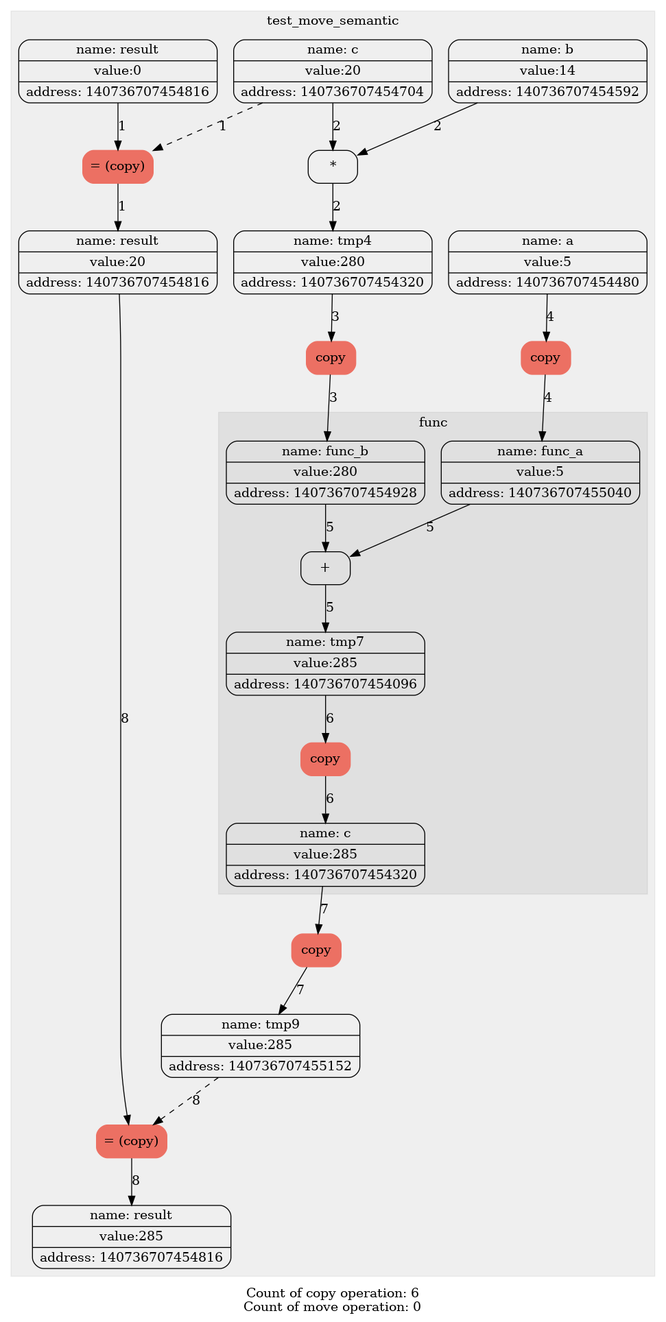
Earlier version of the Graphviz export diagrams/graph_copy.png (levasemin/Move_Semantic). Its source is kept beside it as diagrams/graph_copy.dot.
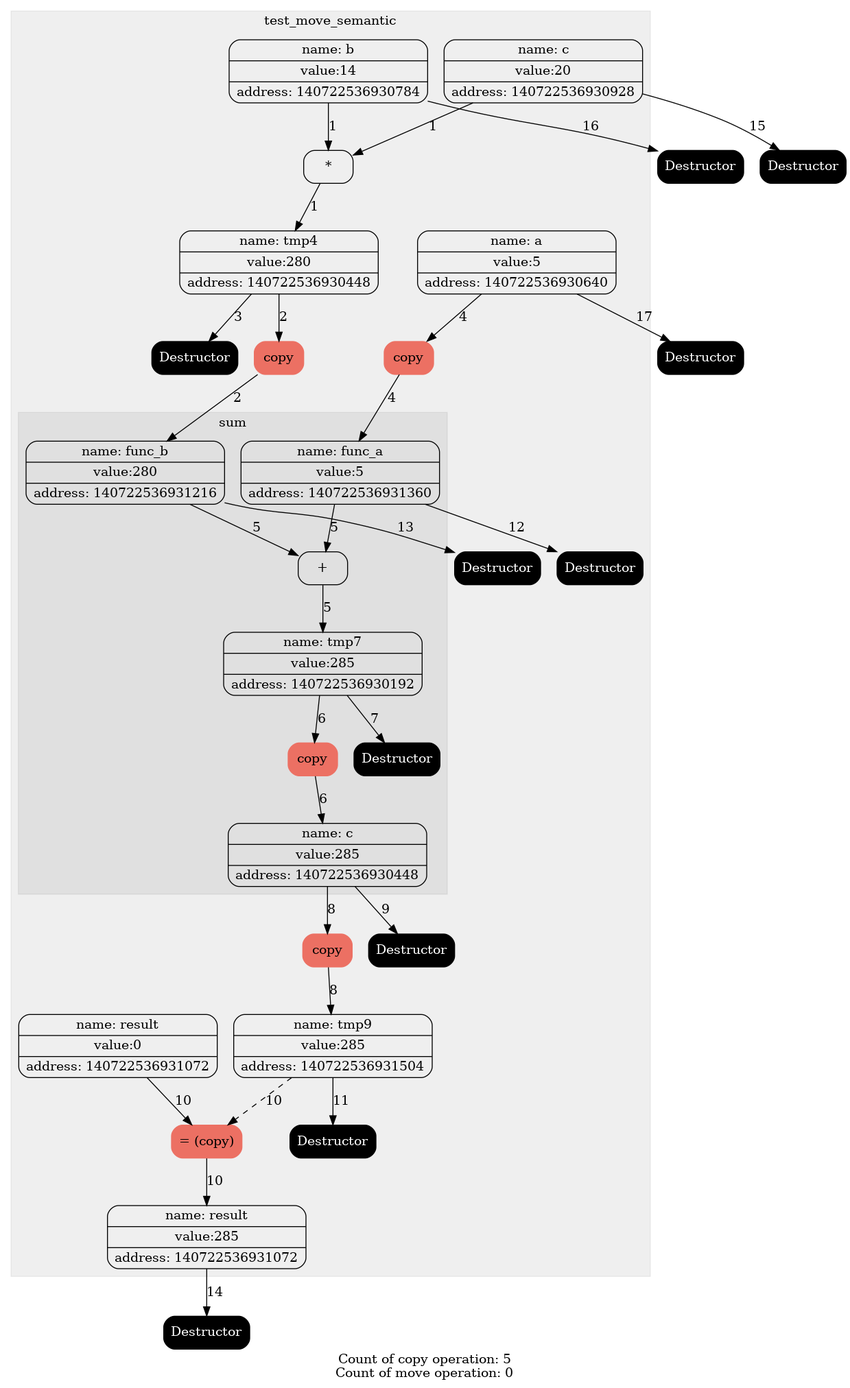
The same file after the commit.

The edit, as a diff of the source:
```diff
@@ -6,58 +6,73 @@
 label = test_move_semantic;
 style= filled
 color = "#00000010";
-1[label="{ {name: tmp0} | {value:5} | {address: 140736707454480}} " color=""style=""];
-1[label="{ {name: a} | {value:5} | {address: 140736707454480}} " color=""style=""];
-2[label="{ {name: tmp1} | {value:14} | {address: 140736707454592}} " color=""style=""];
-2[label="{ {name: b} | {value:14} | {address: 140736707454592}} " color=""style=""];
-3[label="{ {name: tmp2} | {value:20} | {address: 140736707454704}} " color=""style=""];
-3[label="{ {name: c} | {value:20} | {address: 140736707454704}} " color=""style=""];
-4[label="{ {name: tmp3} | {value:0} | {address: 140736707454816}} " color=""style=""];
-4[label="{ {name: result} | {value:0} | {address: 140736707454816}} " color=""style=""];
-5[label="= (copy)" color = "#EC7063" style = "filled"];
-edge[style = "" color = ""label = "1"]4->5;
-edge[style = "dashed" color = ""label = "1"]3->5;
-6[label="{ {name: result} | {value:20} | {address: 140736707454816}} " color=""style=""];
-edge[style = "" color = ""label = "1"]5->6;
-7[label="*" color = "" style = ""];
-edge[style = "" color = ""label = "2"]2->7;
-edge[style = "" color = ""label = "2"]3->7;
-8[label="{ {name: tmp4} | {value:280} | {address: 140736707454320}} " color=""style=""];
-edge[style = "" color = ""label = "2"]7->8;
-9[label="copy" color = "#EC7063" style = "filled"];
-edge[style = "" color = ""label = "3"]8->9;
-10[label="{ {name: tmp5} | {value:280} | {address: 140736707454928}} " color=""style=""];
-edge[style = "" color = ""label = "3"]9->10;
-11[label="copy" color = "#EC7063" style = "filled"];
-edge[style = "" color = ""label = "4"]1->11;
-12[label="{ {name: tmp6} | {value:5} | {address: 140736707455040}} " color=""style=""];
-edge[style = "" color = ""label = "4"]11->12;
-12[label="{ {name: func_a} | {value:5} | {address: 140736707455040}} " color=""style=""];
-10[label="{ {name: func_b} | {value:280} | {address: 140736707454928}} " color=""style=""];
+1[label="{ {name: tmp0} | {value:5} | {address: 140722536930640}} " color=""style=""fontcolor=""];
+1[label="{ {name: a} | {value:5} | {address: 140722536930640}} " color=""style=""fontcolor=""];
+2[label="{ {name: tmp1} | {value:14} | {address: 140722536930784}} " color=""style=""fontcolor=""];
+2[label="{ {name: b} | {value:14} | {address: 140722536930784}} " color=""style=""fontcolor=""];
+3[label="{ {name: tmp2} | {value:20} | {address: 140722536930928}} " color=""style=""fontcolor=""];
+3[label="{ {name: c} | {value:20} | {address: 140722536930928}} " color=""style=""fontcolor=""];
+4[label="{ {name: tmp3} | {value:0} | {address: 140722536931072}} " color=""style=""fontcolor=""];
+4[label="{ {name: result} | {value:0} | {address: 140722536931072}} " color=""style=""fontcolor=""];
+5[label="*" color = "" style = ""fontcolor =""];
+edge[style = "" color = ""label = "1"fontcolor =""]2->5;
+edge[style = "" color = ""label = "1"fontcolor =""]3->5;
+6[label="{ {name: tmp4} | {value:280} | {address: 140722536930448}} " color=""style=""fontcolor=""];
+edge[style = "" color = ""label = "1"fontcolor =""]5->6;
+7[label="copy" color = "#EC7063" style = "filled"fontcolor =""];
+edge[style = "" color = ""label = "2"fontcolor =""]6->7;
+8[label="{ {name: tmp5} | {value:280} | {address: 140722536931216}} " color=""style=""fontcolor=""];
+edge[style = "" color = ""label = "2"fontcolor =""]7->8;
+9[label="Destructor" color = "black" style = "filled"fontcolor ="white"];
+edge[style = "" color = ""label = "3"fontcolor =""]6->9;
+10[label="copy" color = "#EC7063" style = "filled"fontcolor =""];
+edge[style = "" color = ""label = "4"fontcolor =""]1->10;
+11[label="{ {name: tmp6} | {value:5} | {address: 140722536931360}} " color=""style=""fontcolor=""];
+edge[style = "" color = ""label = "4"fontcolor =""]10->11;
 subgraph "cluster_1" {
-label = func;
+label = sum;
 style= filled
 color = "#00000010";
-13[label="+" color = "" style = ""];
-edge[style = "" color = ""label = "5"]12->13;
-edge[style = "" color = ""label = "5"]10->13;
-14[label="{ {name: tmp7} | {value:285} | {address: 140736707454096}} " color=""style=""];
-edge[style = "" color = ""label = "5"]13->14;
-15[label="copy" color = "#EC7063" style = "filled"];
-edge[style = "" color = ""label = "6"]14->15;
-16[label="{ {name: tmp8} | {value:285} | {address: 140736707454320}} " color=""style=""];
-edge[style = "" color = ""label = "6"]15->16;
-16[label="{ {name: c} | {value:285} | {address: 140736707454320}} " color=""style=""];
+11[label="{ {name: func_a} | {value:5} | {address: 140722536931360}} " color=""style=""fontcolor=""];
+8[label="{ {name: func_b} | {value:280} | {address: 140722536931216}} " color=""style=""fontcolor=""];
+12[label="+" color = "" style = ""fontcolor =""];
+edge[style = "" color = ""label = "5"fontcolor =""]11->12;
+edge[style = "" color = ""label = "5"fontcolor =""]8->12;
+13[label="{ {name: tmp7} | {value:285} | {address: 140722536930192}} " color=""style=""fontcolor=""];
+edge[style = "" color = ""label = "5"fontcolor =""]12->13;
+14[label="copy" color = "#EC7063" style = "filled"fontcolor =""];
+edge[style = "" color = ""label = "6"fontcolor =""]13->14;
+15[label="{ {name: tmp8} | {value:285} | {address: 140722536930448}} " color=""style=""fontcolor=""];
+edge[style = "" color = ""label = "6"fontcolor =""]14->15;
+16[label="Destructor" color = "black" style = "filled"fontcolor ="white"];
+edge[style = "" color = ""label = "7"fontcolor =""]13->16;
+15[label="{ {name: c} | {value:285} | {address: 140722536930448}} " color=""style=""fontcolor=""];
 }
-17[label="copy" color = "#EC7063" style = "filled"];
-edge[style = "" color = ""label = "7"]16->17;
-18[label="{ {name: tmp9} | {value:285} | {address: 140736707455152}} " color=""style=""];
-edge[style = "" color = ""label = "7"]17->18;
-19[label="= (copy)" color = "#EC7063" style = "filled"];
-edge[style = "" color = ""label = "8"]6->19;
-edge[style = "dashed" color = ""label = "8"]18->19;
-20[label="{ {name: result} | {value:285} | {address: 140736707454816}} " color=""style=""];
-edge[style = "" color = ""label = "8"]19->20;
+17[label="copy" color = "#EC7063" style = "filled"fontcolor =""];
+edge[style = "" color = ""label = "8"fontcolor =""]15->17;
+18[label="{ {name: tmp9} | {value:285} | {address: 140722536931504}} " color=""style=""fontcolor=""];
+edge[style = "" color = ""label = "8"fontcolor =""]17->18;
+19[label="Destructor" color = "black" style = "filled"fontcolor ="white"];
+edge[style = "" color = ""label = "9"fontcolor =""]15->19;
+20[label="= (copy)" color = "#EC7063" style = "filled"fontcolor =""];
+edge[style = "" color = ""label = "10"fontcolor =""]4->20;
+edge[style = "dashed" color = ""label = "10"fontcolor =""]18->20;
+21[label="{ {name: result} | {value:285} | {address: 140722536931072}} " color=""style=""fontcolor=""];
+edge[style = "" color = ""label = "10"fontcolor =""]20->21;
+22[label="Destructor" color = "black" style = "filled"fontcolor ="white"];
+edge[style = "" color = ""label = "11"fontcolor =""]18->22;
+23[label="Destructor" color = "black" style = "filled"fontcolor ="white"];
+edge[style = "" color = ""label = "12"fontcolor =""]11->23;
+24[label="Destructor" color = "black" style = "filled"fontcolor ="white"];
+edge[style = "" color = ""label = "13"fontcolor =""]8->24;
 }
-label="Count of copy operation: 6
+25[label="Destructor" color = "black" style = "filled"fontcolor ="white"];
+edge[style = "" color = ""label = "14"fontcolor =""]21->25;
+26[label="Destructor" color = "black" style = "filled"fontcolor ="white"];
+edge[style = "" color = ""label = "15"fontcolor =""]3->26;
+27[label="Destructor" color = "black" style = "filled"fontcolor ="white"];
+edge[style = "" color = ""label = "16"fontcolor =""]2->27;
+28[label="Destructor" color = "black" style = "filled"fontcolor ="white"];
+edge[style = "" color = ""label = "17"fontcolor =""]1->28;
+label="Count of copy operation: 5
 Count of move operation: 0"}
```
